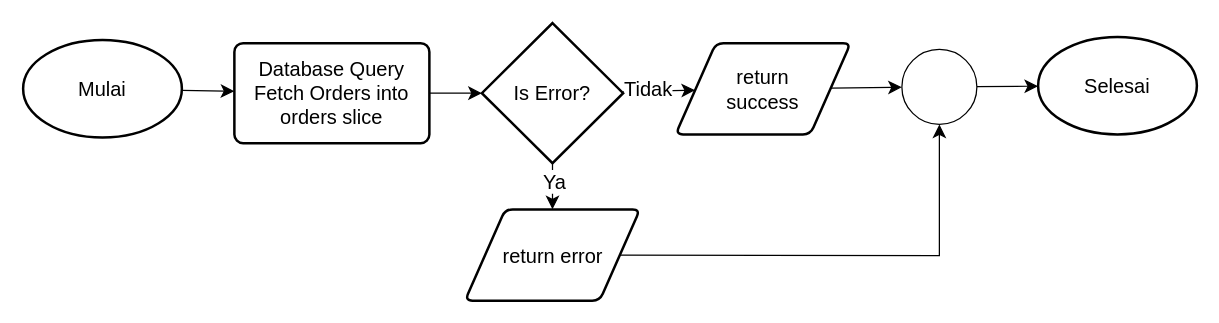
Earlier version of the draw.io diagram page "Page-7" (7 of 10) of problem_1/Untitled Diagram.drawio (Yoga3911/alterra_section_15). Source tidied: cells renumbered, new cells numbered last; positions are measured from the earlier drawing's top-left corner, leaving out a move shared by most shapes. Both pictures are drawn from the tidied source at 125%, with x=0, y=0 at pixel (22, 22).
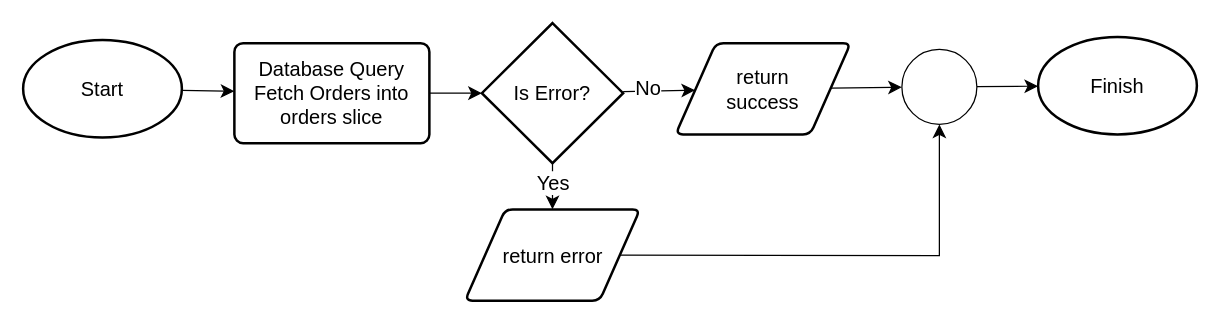
The same diagram, later.

What changed in the source:
```diff
@@
 <mxGraphModel>
   <root>
     <mxCell id="0" />
     <mxCell id="1" parent="0" />
     <mxCell id="2" style="edgeStyle=none;curved=1;rounded=0;jettySize=auto;html=1;fontSize=12;startSize=8;endSize=8;" parent="1" edge="1" source="3" target="5">
       <mxGeometry relative="1" as="geometry" />
     </mxCell>
-    <mxCell id="3" value="Mulai" style="strokeWidth=2;html=1;shape=mxgraph.flowchart.start_1;whiteSpace=wrap;fontSize=16;" parent="1" vertex="1">
+    <mxCell id="3" value="Start" style="strokeWidth=2;html=1;shape=mxgraph.flowchart.start_1;whiteSpace=wrap;fontSize=16;" parent="1" vertex="1">
       <mxGeometry y="13.5" width="127" height="78" as="geometry" />
     </mxCell>
     <mxCell id="4" style="edgeStyle=none;curved=1;rounded=0;jettySize=auto;html=1;fontSize=12;startSize=8;endSize=8;" parent="1" edge="1" source="5" target="10">
       <mxGeometry relative="1" as="geometry" />
     </mxCell>
     <mxCell id="5" value="Database Query Fetch Orders into orders slice" style="rounded=1;whiteSpace=wrap;html=1;absoluteArcSize=1;arcSize=14;strokeWidth=2;fontSize=16;" parent="1" vertex="1">
       <mxGeometry x="169" y="16" width="156" height="80" as="geometry" />
     </mxCell>
     <mxCell id="6" style="edgeStyle=none;curved=1;rounded=0;jettySize=auto;html=1;fontSize=12;startSize=8;endSize=8;" parent="1" edge="1" source="10" target="11">
       <mxGeometry relative="1" as="geometry" />
     </mxCell>
-    <mxCell id="7" value="Ya" style="edgeLabel;html=1;align=center;verticalAlign=middle;fontSize=16;" parent="6" vertex="1">
-      <mxGeometry x="-0.31" y="1" relative="1" as="geometry">
-        <mxPoint y="1" as="offset" />
-      </mxGeometry>
-    </mxCell>
+    <mxCell id="18" value="Yes" style="edgeLabel;html=1;align=center;verticalAlign=middle;fontSize=16;" parent="6" vertex="1">
+      <mxGeometry x="-0.19" relative="1" as="geometry" />
+    </mxCell>
     <mxCell id="8" style="edgeStyle=none;curved=1;rounded=0;jettySize=auto;html=1;fontSize=12;startSize=8;endSize=8;" parent="1" edge="1" source="10" target="13">
       <mxGeometry relative="1" as="geometry" />
     </mxCell>
-    <mxCell id="9" value="Tidak" style="edgeLabel;html=1;align=center;verticalAlign=middle;fontSize=16;" parent="8" vertex="1">
-      <mxGeometry x="-0.31" y="2" relative="1" as="geometry" />
-    </mxCell>
+    <mxCell id="19" value="No" style="edgeLabel;html=1;align=center;verticalAlign=middle;fontSize=16;" parent="8" vertex="1">
+      <mxGeometry x="-0.31" y="3" relative="1" as="geometry" />
+    </mxCell>
     <mxCell id="10" value="Is Error?" style="strokeWidth=2;html=1;shape=mxgraph.flowchart.decision;whiteSpace=wrap;fontSize=16;" parent="1" vertex="1">
       <mxGeometry x="367" width="113" height="112" as="geometry" />
     </mxCell>
     <mxCell id="11" value="return error" style="shape=parallelogram;html=1;strokeWidth=2;perimeter=parallelogramPerimeter;whiteSpace=wrap;rounded=1;arcSize=12;size=0.23;fontSize=16;" parent="1" vertex="1">
       <mxGeometry x="353.5" y="149" width="140" height="73" as="geometry" />
     </mxCell>
     <mxCell id="12" style="edgeStyle=none;curved=1;rounded=0;jettySize=auto;html=1;fontSize=12;startSize=8;endSize=8;" parent="1" edge="1" source="13" target="16">
       <mxGeometry relative="1" as="geometry" />
     </mxCell>
     <mxCell id="13" value="return &lt;br&gt;success" style="shape=parallelogram;html=1;strokeWidth=2;perimeter=parallelogramPerimeter;whiteSpace=wrap;rounded=1;arcSize=12;size=0.23;fontSize=16;" parent="1" vertex="1">
       <mxGeometry x="522" y="16" width="140" height="73" as="geometry" />
     </mxCell>
-    <mxCell id="14" value="Selesai" style="strokeWidth=2;html=1;shape=mxgraph.flowchart.start_1;whiteSpace=wrap;fontSize=16;" parent="1" vertex="1">
+    <mxCell id="14" value="Finish" style="strokeWidth=2;html=1;shape=mxgraph.flowchart.start_1;whiteSpace=wrap;fontSize=16;" parent="1" vertex="1">
       <mxGeometry x="812" y="11" width="127" height="78" as="geometry" />
     </mxCell>
     <mxCell id="15" style="edgeStyle=none;curved=1;rounded=0;jettySize=auto;html=1;fontSize=12;startSize=8;endSize=8;" parent="1" edge="1" source="16" target="14">
       <mxGeometry relative="1" as="geometry" />
     </mxCell>
     <mxCell id="16" style="verticalLabelPosition=bottom;verticalAlign=top;html=1;shape=mxgraph.flowchart.on-page_reference;fontSize=16;" parent="1" vertex="1">
       <mxGeometry x="703" y="21" width="60" height="60" as="geometry" />
     </mxCell>
     <mxCell id="17" style="edgeStyle=none;curved=0;rounded=0;jettySize=auto;html=1;entryX=0.5;entryY=1;entryDx=0;entryDy=0;entryPerimeter=0;fontSize=12;startSize=8;endSize=8;" parent="1" edge="1" source="11" target="16">
       <mxGeometry relative="1" as="geometry">
         <Array as="points">
           <mxPoint x="733" y="186" />
         </Array>
       </mxGeometry>
     </mxCell>
   </root>
 </mxGraphModel>
```
